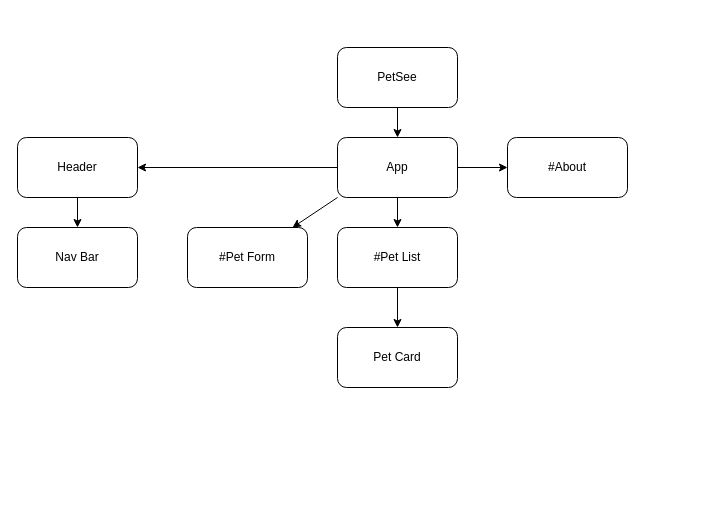
Before: src/petsee.drawio in setlock10/PetSee, a draw.io diagram. Source tidied: cells renumbered, new cells numbered last; positions are measured from the earlier drawing's top-left corner, leaving out a move shared by most shapes. Both pictures are drawn from the tidied source at 100%, with x=0, y=0 at pixel (17, 47).
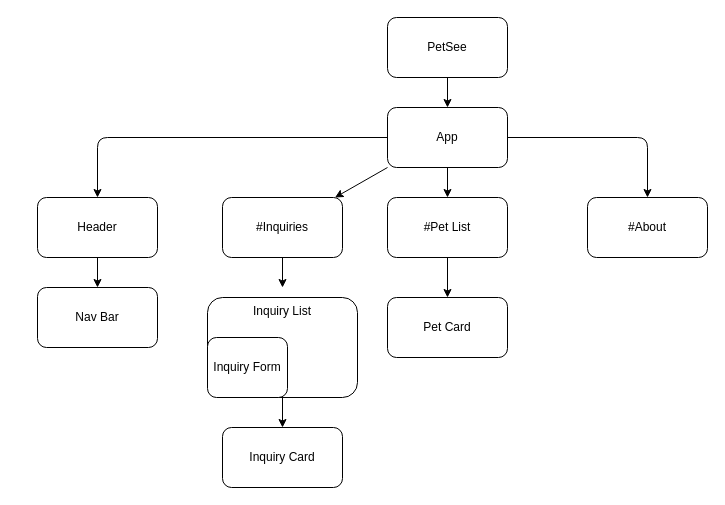
The same diagram, later.

Change to the diagram source:
```diff
@@
     <mxCell id="3" value="PetSee" style="rounded=1;whiteSpace=wrap;html=1;" parent="1" vertex="1">
-      <mxGeometry x="320" width="120" height="60" as="geometry" />
+      <mxGeometry x="370" y="-30" width="120" height="60" as="geometry" />
     </mxCell>
-    <mxCell id="4" style="edgeStyle=none;html=1;exitX=0;exitY=0.5;exitDx=0;exitDy=0;entryX=1;entryY=0.5;entryDx=0;entryDy=0;" parent="1" edge="1" source="7" target="13">
-      <mxGeometry relative="1" as="geometry" />
+    <mxCell id="4" style="edgeStyle=none;html=1;exitX=0;exitY=0.5;exitDx=0;exitDy=0;entryX=0.5;entryY=0;entryDx=0;entryDy=0;" parent="1" edge="1" source="7" target="13">
+      <mxGeometry relative="1" as="geometry">
+        <Array as="points">
+          <mxPoint x="80" y="90" />
+        </Array>
+      </mxGeometry>
     </mxCell>
@@
-    <mxCell id="6" style="edgeStyle=none;html=1;exitX=1;exitY=0.5;exitDx=0;exitDy=0;entryX=0;entryY=0.5;entryDx=0;entryDy=0;" parent="1" edge="1" source="7" target="9">
-      <mxGeometry relative="1" as="geometry" />
+    <mxCell id="6" style="edgeStyle=none;html=1;exitX=1;exitY=0.5;exitDx=0;exitDy=0;entryX=0.5;entryY=0;entryDx=0;entryDy=0;" parent="1" edge="1" source="7" target="9">
+      <mxGeometry relative="1" as="geometry">
+        <Array as="points">
+          <mxPoint x="630" y="90" />
+        </Array>
+      </mxGeometry>
     </mxCell>
     <mxCell id="7" value="App&lt;br&gt;" style="rounded=1;whiteSpace=wrap;html=1;" parent="1" vertex="1">
-      <mxGeometry x="320" y="90" width="120" height="60" as="geometry" />
+      <mxGeometry x="370" y="60" width="120" height="60" as="geometry" />
     </mxCell>
     <mxCell id="8" value="#Pet List" style="rounded=1;whiteSpace=wrap;html=1;" parent="1" vertex="1">
-      <mxGeometry x="320" y="180" width="120" height="60" as="geometry" />
+      <mxGeometry x="370" y="150" width="120" height="60" as="geometry" />
     </mxCell>
     <mxCell id="9" value="#About" style="rounded=1;whiteSpace=wrap;html=1;" parent="1" vertex="1">
-      <mxGeometry x="490" y="90" width="120" height="60" as="geometry" />
+      <mxGeometry x="570" y="150" width="120" height="60" as="geometry" />
     </mxCell>
@@
-    <mxCell id="11" value="#Pet Form" style="rounded=1;whiteSpace=wrap;html=1;" parent="1" vertex="1">
-      <mxGeometry x="170" y="180" width="120" height="60" as="geometry" />
+    <mxCell id="11" value="#Inquiries" style="rounded=1;whiteSpace=wrap;html=1;" parent="1" vertex="1">
+      <mxGeometry x="205" y="150" width="120" height="60" as="geometry" />
     </mxCell>
     <mxCell id="12" value="Pet Card" style="rounded=1;whiteSpace=wrap;html=1;" parent="1" vertex="1">
-      <mxGeometry x="320" y="280" width="120" height="60" as="geometry" />
+      <mxGeometry x="370" y="250" width="120" height="60" as="geometry" />
     </mxCell>
     <mxCell id="13" value="Header" style="rounded=1;whiteSpace=wrap;html=1;" parent="1" vertex="1">
-      <mxGeometry y="90" width="120" height="60" as="geometry" />
+      <mxGeometry x="20" y="150" width="120" height="60" as="geometry" />
     </mxCell>
     <mxCell id="14" value="Nav Bar" style="rounded=1;whiteSpace=wrap;html=1;" parent="1" vertex="1">
-      <mxGeometry y="180" width="120" height="60" as="geometry" />
+      <mxGeometry x="20" y="240" width="120" height="60" as="geometry" />
     </mxCell>
@@
+    <mxCell id="17" value="Inquiry List" style="rounded=1;whiteSpace=wrap;html=1;verticalAlign=top;" parent="1" vertex="1">
+      <mxGeometry x="190" y="250" width="150" height="100" as="geometry" />
+    </mxCell>
+    <mxCell id="18" value="Inquiry Form" style="rounded=1;whiteSpace=wrap;html=1;" parent="1" vertex="1">
+      <mxGeometry x="190" y="290" width="80" height="60" as="geometry" />
+    </mxCell>
+    <mxCell id="19" value="Inquiry Card" style="rounded=1;whiteSpace=wrap;html=1;" parent="1" vertex="1">
+      <mxGeometry x="205" y="380" width="120" height="60" as="geometry" />
+    </mxCell>
+    <mxCell id="20" style="endArrow=classic;html=1;exitX=0.5;exitY=1;exitDx=0;exitDy=0;" parent="1" edge="1" source="11">
+      <mxGeometry relative="1" as="geometry">
+        <mxPoint x="265" y="240" as="targetPoint" />
+      </mxGeometry>
+    </mxCell>
+    <mxCell id="21" style="endArrow=classic;html=1;exitX=0.5;exitY=1;exitDx=0;exitDy=0;entryX=0.5;entryY=0;entryDx=0;entryDy=0;" parent="1" edge="1" source="17" target="19">
+      <mxGeometry relative="1" as="geometry" />
+    </mxCell>
```
